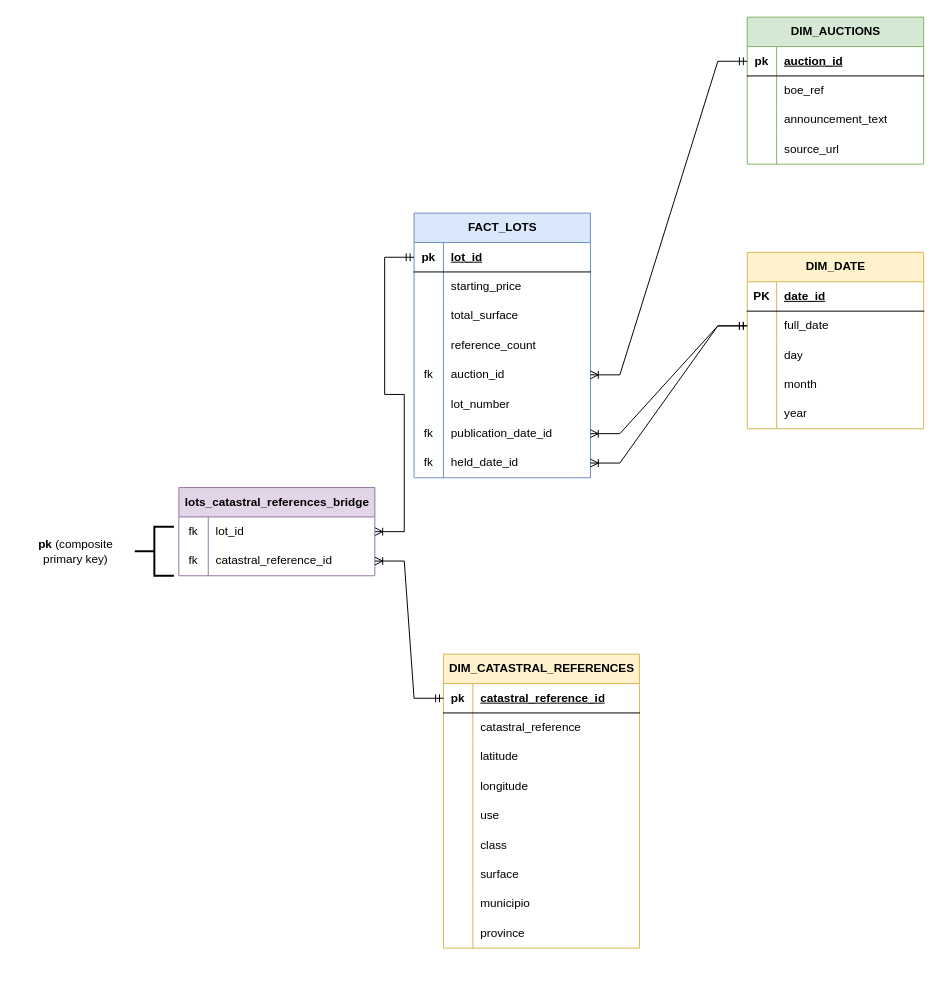
Before: data_modeling/OLAP/3.gold/E-R.drawio in MiguelDonado/subastas_analytics, a draw.io diagram. Source tidied: cells renumbered, new cells numbered last; positions are measured from the earlier drawing's top-left corner, leaving out a move shared by most shapes. Both pictures are drawn from the tidied source at 98%, with x=0, y=0 at pixel (17, 17).
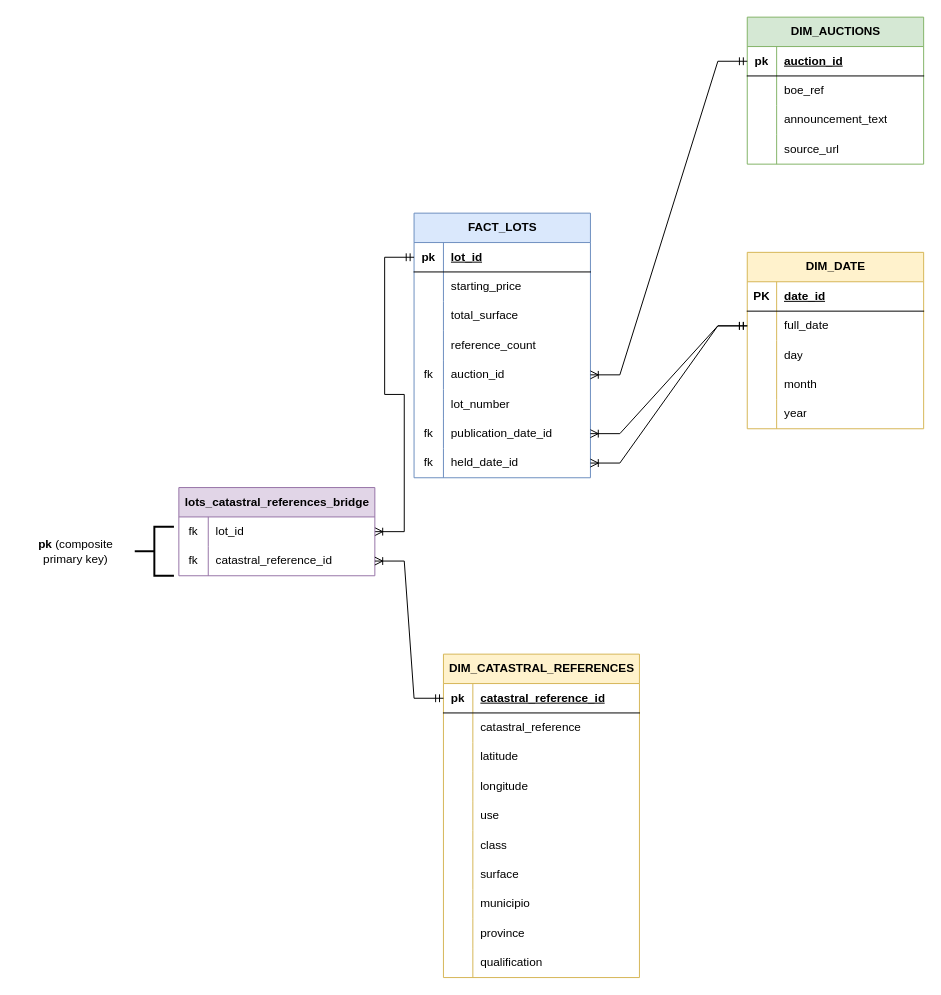
Above is the later version.

What changed in the source:
```diff
@@
     <mxCell id="41" value="DIM_CATASTRAL_REFERENCES" style="shape=table;startSize=30;childLayout=tableLayout;rowLines=0;fontStyle=1;align=center;html=1;fillColor=#fff2cc;strokeColor=#d6b656;" parent="1" vertex="1">
-      <mxGeometry x="435" y="650" width="200" height="300" as="geometry" />
+      <mxGeometry x="435" y="650" width="200" height="330" as="geometry" />
     </mxCell>
@@
+    <mxCell id="98" style="shape=tableRow;horizontal=0;startSize=0;swimlaneHead=0;swimlaneBody=0;fillColor=none;top=0;left=0;right=0;bottom=0;" parent="41" vertex="1">
+      <mxGeometry y="300" width="200" height="30" as="geometry" />
+    </mxCell>
+    <mxCell id="99" style="shape=partialRectangle;fillColor=none;top=0;left=0;bottom=0;right=0;overflow=hidden;whiteSpace=wrap;html=1;" parent="98" vertex="1">
+      <mxGeometry width="30" height="30" as="geometry" />
+    </mxCell>
+    <mxCell id="100" value="qualification" style="shape=partialRectangle;fillColor=none;top=0;left=0;bottom=0;right=0;align=left;spacingLeft=6;overflow=hidden;whiteSpace=wrap;html=1;" parent="98" vertex="1">
+      <mxGeometry x="30" width="170" height="30" as="geometry" />
+    </mxCell>
```
